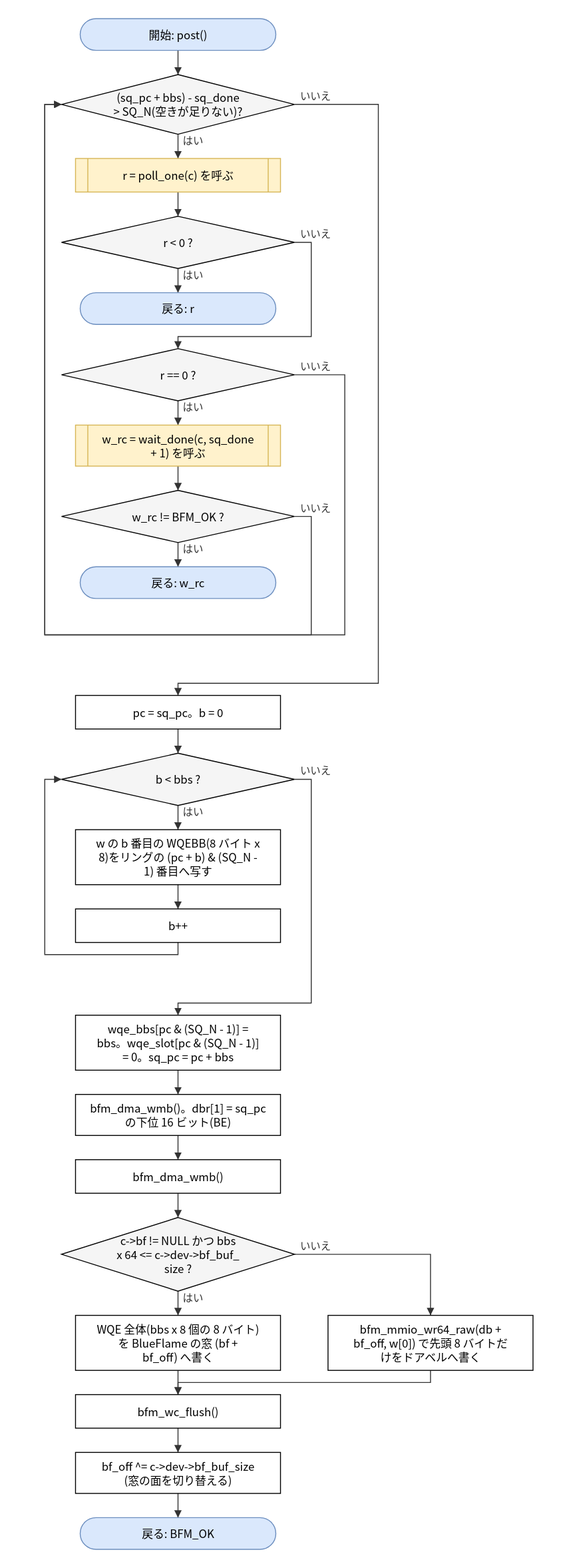
The draw.io diagram doc/spec/images/flow_src_bfm_ops-post.drawio.svg in hf355051012-ai/bfmem, before a commit. Source tidied: cells renumbered, new cells last; positions are measured from the earlier drawing's top-left corner, leaving out a move shared by most shapes.
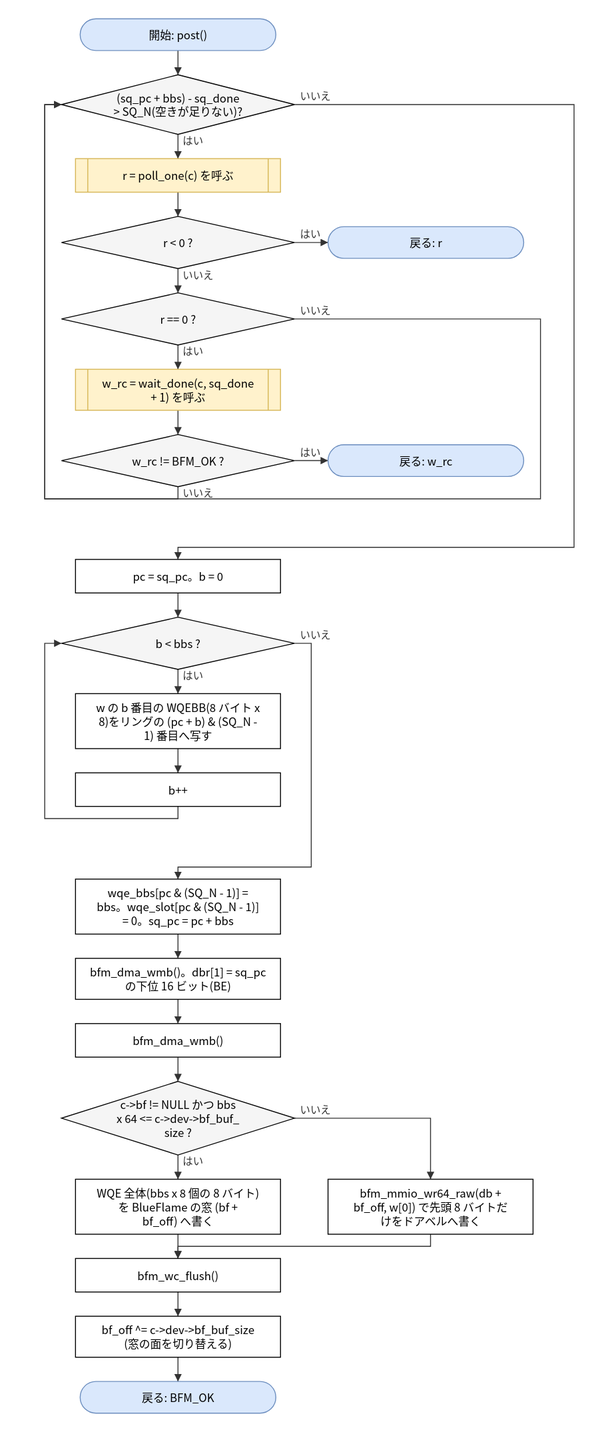
The same file after the commit.

Change to the diagram source:
```diff
@@ -3,31 +3,31 @@
     <mxCell id="0" />
     <mxCell id="1" parent="0" />
     <mxCell id="2" value="開始: post()" style="rounded=1;arcSize=50;whiteSpace=wrap;html=1;fillColor=#dae8fc;strokeColor=#6c8ebf;" parent="1" vertex="1">
-      <mxGeometry x="38" width="210" height="34" as="geometry" />
+      <mxGeometry x="38" y="146" width="210" height="34" as="geometry" />
     </mxCell>
     <mxCell id="3" value="(sq_pc + bbs) - sq_done&lt;br&gt;&amp;gt; SQ_N(空きが足りない)?" style="rhombus;whiteSpace=wrap;html=1;fillColor=#f5f5f5;" parent="1" vertex="1">
-      <mxGeometry x="18" y="60" width="250" height="64" as="geometry" />
+      <mxGeometry x="18" y="206" width="250" height="64" as="geometry" />
     </mxCell>
     <mxCell id="4" value="r = poll_one(c) を呼ぶ" style="shape=process;whiteSpace=wrap;html=1;backgroundOutline=1;size=0.06;fillColor=#fff2cc;strokeColor=#d6b656;" parent="1" vertex="1">
-      <mxGeometry x="33" y="150" width="220" height="36" as="geometry" />
+      <mxGeometry x="33" y="296" width="220" height="36" as="geometry" />
     </mxCell>
     <mxCell id="5" value="r &amp;lt; 0 ?" style="rhombus;whiteSpace=wrap;html=1;fillColor=#f5f5f5;" parent="1" vertex="1">
-      <mxGeometry x="18" y="212" width="250" height="56" as="geometry" />
+      <mxGeometry x="18" y="358" width="250" height="56" as="geometry" />
     </mxCell>
     <mxCell id="6" value="戻る: r" style="rounded=1;arcSize=50;whiteSpace=wrap;html=1;fillColor=#dae8fc;strokeColor=#6c8ebf;" parent="1" vertex="1">
-      <mxGeometry x="38" y="294" width="210" height="34" as="geometry" />
+      <mxGeometry x="304" y="369" width="210" height="34" as="geometry" />
     </mxCell>
     <mxCell id="7" value="r == 0 ?" style="rhombus;whiteSpace=wrap;html=1;fillColor=#f5f5f5;" parent="1" vertex="1">
-      <mxGeometry x="18" y="354" width="250" height="56" as="geometry" />
+      <mxGeometry x="18" y="440" width="250" height="56" as="geometry" />
     </mxCell>
     <mxCell id="8" value="w_rc = wait_done(c, sq_done&lt;br&gt;+ 1) を呼ぶ" style="shape=process;whiteSpace=wrap;html=1;backgroundOutline=1;size=0.06;fillColor=#fff2cc;strokeColor=#d6b656;" parent="1" vertex="1">
-      <mxGeometry x="33" y="436" width="220" height="44" as="geometry" />
+      <mxGeometry x="33" y="522" width="220" height="44" as="geometry" />
     </mxCell>
     <mxCell id="9" value="w_rc != BFM_OK ?" style="rhombus;whiteSpace=wrap;html=1;fillColor=#f5f5f5;" parent="1" vertex="1">
-      <mxGeometry x="18" y="506" width="250" height="56" as="geometry" />
+      <mxGeometry x="18" y="592" width="250" height="56" as="geometry" />
     </mxCell>
     <mxCell id="10" value="戻る: w_rc" style="rounded=1;arcSize=50;whiteSpace=wrap;html=1;fillColor=#dae8fc;strokeColor=#6c8ebf;" parent="1" vertex="1">
-      <mxGeometry x="38" y="588" width="210" height="34" as="geometry" />
+      <mxGeometry x="304" y="603" width="210" height="34" as="geometry" />
     </mxCell>
     <mxCell id="11" value="pc = sq_pc。b = 0" style="rounded=0;whiteSpace=wrap;html=1;" parent="1" vertex="1">
       <mxGeometry x="33" y="726" width="220" height="36" as="geometry" />
@@ -77,17 +77,11 @@
     <mxCell id="26" style="edgeStyle=none;html=1;rounded=0;endArrow=block;endFill=1;exitX=0.5000;exitY=1.0000;exitDx=0;exitDy=0;exitPerimeter=0;entryX=0.5000;entryY=0.0000;entryDx=0;entryDy=0;entryPerimeter=0;" parent="1" edge="1" source="4" target="5">
       <mxGeometry relative="1" as="geometry" />
     </mxCell>
-    <mxCell id="27" value="はい" style="edgeStyle=none;html=1;rounded=0;endArrow=block;endFill=1;exitX=0.5000;exitY=1.0000;exitDx=0;exitDy=0;exitPerimeter=0;entryX=0.5000;entryY=0.0000;entryDx=0;entryDy=0;entryPerimeter=0;" parent="1" edge="1" source="5" target="6">
+    <mxCell id="27" value="はい" style="edgeStyle=none;html=1;rounded=0;endArrow=block;endFill=1;exitX=1.0000;exitY=0.5000;exitDx=0;exitDy=0;exitPerimeter=0;entryX=0.0000;entryY=0.5000;entryDx=0;entryDy=0;entryPerimeter=0;" parent="1" edge="1" source="5" target="6">
       <mxGeometry relative="1" as="geometry" />
     </mxCell>
-    <mxCell id="28" value="いいえ" style="edgeStyle=none;html=1;rounded=0;endArrow=block;endFill=1;exitX=1.0000;exitY=0.5000;exitDx=0;exitDy=0;exitPerimeter=0;entryX=0.5000;entryY=0.0000;entryDx=0;entryDy=0;entryPerimeter=0;" parent="1" edge="1" source="5" target="7">
-      <mxGeometry relative="1" as="geometry">
-        <Array as="points">
-          <mxPoint x="286" y="240" />
-          <mxPoint x="286" y="341" />
-          <mxPoint x="143" y="341" />
-        </Array>
-      </mxGeometry>
+    <mxCell id="28" value="いいえ" style="edgeStyle=none;html=1;rounded=0;endArrow=block;endFill=1;exitX=0.5000;exitY=1.0000;exitDx=0;exitDy=0;exitPerimeter=0;entryX=0.5000;entryY=0.0000;entryDx=0;entryDy=0;entryPerimeter=0;" parent="1" edge="1" source="5" target="7">
+      <mxGeometry relative="1" as="geometry" />
     </mxCell>
     <mxCell id="29" value="はい" style="edgeStyle=none;html=1;rounded=0;endArrow=block;endFill=1;exitX=0.5000;exitY=1.0000;exitDx=0;exitDy=0;exitPerimeter=0;entryX=0.5000;entryY=0.0000;entryDx=0;entryDy=0;entryPerimeter=0;" parent="1" edge="1" source="7" target="8">
       <mxGeometry relative="1" as="geometry" />
@@ -95,34 +89,33 @@
     <mxCell id="30" style="edgeStyle=none;html=1;rounded=0;endArrow=block;endFill=1;exitX=0.5000;exitY=1.0000;exitDx=0;exitDy=0;exitPerimeter=0;entryX=0.5000;entryY=0.0000;entryDx=0;entryDy=0;entryPerimeter=0;" parent="1" edge="1" source="8" target="9">
       <mxGeometry relative="1" as="geometry" />
     </mxCell>
-    <mxCell id="31" value="はい" style="edgeStyle=none;html=1;rounded=0;endArrow=block;endFill=1;exitX=0.5000;exitY=1.0000;exitDx=0;exitDy=0;exitPerimeter=0;entryX=0.5000;entryY=0.0000;entryDx=0;entryDy=0;entryPerimeter=0;" parent="1" edge="1" source="9" target="10">
+    <mxCell id="31" value="はい" style="edgeStyle=none;html=1;rounded=0;endArrow=block;endFill=1;exitX=1.0000;exitY=0.5000;exitDx=0;exitDy=0;exitPerimeter=0;entryX=0.0000;entryY=0.5000;entryDx=0;entryDy=0;entryPerimeter=0;" parent="1" edge="1" source="9" target="10">
       <mxGeometry relative="1" as="geometry" />
     </mxCell>
-    <mxCell id="32" value="いいえ" style="edgeStyle=none;html=1;rounded=0;endArrow=block;endFill=1;exitX=1.0000;exitY=0.5000;exitDx=0;exitDy=0;exitPerimeter=0;entryX=0.0000;entryY=0.5000;entryDx=0;entryDy=0;entryPerimeter=0;" parent="1" edge="1" source="9" target="3">
+    <mxCell id="32" value="いいえ" style="edgeStyle=none;html=1;rounded=0;endArrow=block;endFill=1;exitX=0.5000;exitY=1.0000;exitDx=0;exitDy=0;exitPerimeter=0;entryX=0.0000;entryY=0.5000;entryDx=0;entryDy=0;entryPerimeter=0;" parent="1" edge="1" source="9" target="3">
       <mxGeometry relative="1" as="geometry">
         <Array as="points">
-          <mxPoint x="286" y="534" />
-          <mxPoint x="286" y="661" />
+          <mxPoint x="143" y="661" />
           <mxPoint y="661" />
-          <mxPoint y="92" />
+          <mxPoint y="238" />
         </Array>
       </mxGeometry>
     </mxCell>
     <mxCell id="33" value="いいえ" style="edgeStyle=none;html=1;rounded=0;endArrow=block;endFill=1;exitX=1.0000;exitY=0.5000;exitDx=0;exitDy=0;exitPerimeter=0;entryX=0.0000;entryY=0.5000;entryDx=0;entryDy=0;entryPerimeter=0;" parent="1" edge="1" source="7" target="3">
       <mxGeometry relative="1" as="geometry">
         <Array as="points">
-          <mxPoint x="322" y="382" />
-          <mxPoint x="322" y="661" />
+          <mxPoint x="532" y="468" />
+          <mxPoint x="532" y="661" />
           <mxPoint y="661" />
-          <mxPoint y="92" />
+          <mxPoint y="238" />
         </Array>
       </mxGeometry>
     </mxCell>
     <mxCell id="34" value="いいえ" style="edgeStyle=none;html=1;rounded=0;endArrow=block;endFill=1;exitX=1.0000;exitY=0.5000;exitDx=0;exitDy=0;exitPerimeter=0;entryX=0.5000;entryY=0.0000;entryDx=0;entryDy=0;entryPerimeter=0;" parent="1" edge="1" source="3" target="11">
       <mxGeometry relative="1" as="geometry">
         <Array as="points">
-          <mxPoint x="358" y="92" />
-          <mxPoint x="358" y="713" />
+          <mxPoint x="568" y="238" />
+          <mxPoint x="568" y="713" />
           <mxPoint x="143" y="713" />
         </Array>
       </mxGeometry>
```
